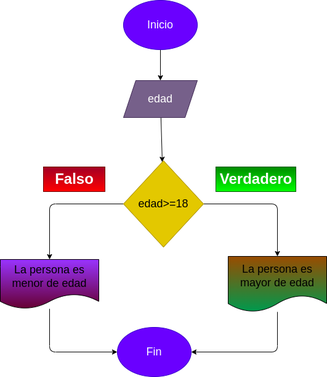
Above: ejercicio5_masasalud/diagrama.png in juanomanino/EjerciciosIftemporal (draw.io), before the change. Source tidied: cells renumbered, new cells last; positions are measured from the earlier drawing's top-left corner, leaving out a move shared by most shapes.
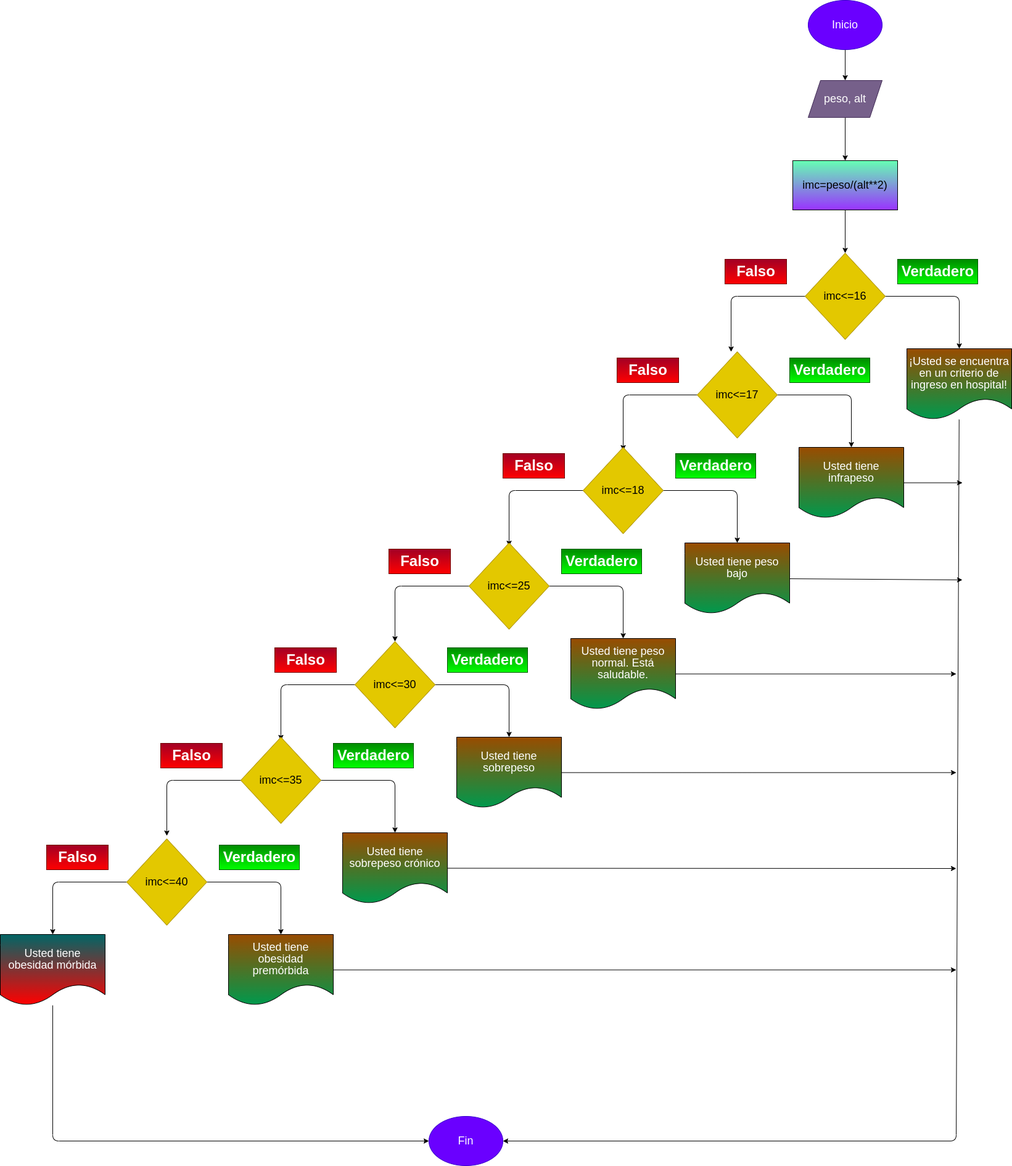
Later version of the same file.

Diff of the diagram source:
```diff
@@ -8,57 +8,255 @@
     <mxCell id="3" value="&lt;font style=&quot;font-size: 18px&quot;&gt;Inicio&lt;/font&gt;" style="ellipse;whiteSpace=wrap;html=1;fillColor=#6a00ff;fontColor=#ffffff;strokeColor=#3700CC;" parent="1" vertex="1">
       <mxGeometry x="200" width="120" height="80" as="geometry" />
     </mxCell>
-    <mxCell id="4" style="edgeStyle=none;html=1;fontSize=18;" parent="1" edge="1" source="5" target="8">
+    <mxCell id="4" style="edgeStyle=none;html=1;fontSize=18;entryX=0.5;entryY=0;entryDx=0;entryDy=0;" parent="1" edge="1" source="5" target="17">
       <mxGeometry relative="1" as="geometry" />
     </mxCell>
-    <mxCell id="5" value="&lt;font style=&quot;font-size: 18px&quot;&gt;edad&lt;/font&gt;" style="shape=parallelogram;perimeter=parallelogramPerimeter;whiteSpace=wrap;html=1;fixedSize=1;fillColor=#76608a;fontColor=#ffffff;strokeColor=#432D57;" parent="1" vertex="1">
+    <mxCell id="5" value="&lt;span style=&quot;font-size: 18px&quot;&gt;peso, alt&lt;/span&gt;" style="shape=parallelogram;perimeter=parallelogramPerimeter;whiteSpace=wrap;html=1;fixedSize=1;fillColor=#76608a;fontColor=#ffffff;strokeColor=#432D57;" parent="1" vertex="1">
       <mxGeometry x="200" y="130" width="120" height="60" as="geometry" />
     </mxCell>
     <mxCell id="6" style="edgeStyle=none;html=1;entryX=0.5;entryY=0;entryDx=0;entryDy=0;fontSize=18;" parent="1" edge="1" source="8" target="12">
       <mxGeometry relative="1" as="geometry">
         <Array as="points">
-          <mxPoint x="450" y="330" />
+          <mxPoint x="445" y="480" />
         </Array>
       </mxGeometry>
     </mxCell>
-    <mxCell id="7" style="edgeStyle=none;html=1;exitX=0;exitY=0.5;exitDx=0;exitDy=0;entryX=0.5;entryY=0;entryDx=0;entryDy=0;fontSize=18;" parent="1" edge="1" source="8" target="10">
+    <mxCell id="7" style="edgeStyle=none;html=1;exitX=0;exitY=0.5;exitDx=0;exitDy=0;entryX=0.5;entryY=0;entryDx=0;entryDy=0;fontSize=18;" parent="1" edge="1" source="8">
       <mxGeometry relative="1" as="geometry">
+        <mxPoint x="75" y="570" as="targetPoint" />
         <Array as="points">
-          <mxPoint x="80" y="330" />
+          <mxPoint x="75" y="480" />
         </Array>
       </mxGeometry>
     </mxCell>
-    <mxCell id="8" value="edad&amp;gt;=18" style="rhombus;whiteSpace=wrap;html=1;fontSize=18;fillColor=#e3c800;fontColor=#000000;strokeColor=#B09500;" parent="1" vertex="1">
-      <mxGeometry x="200" y="260" width="130" height="140" as="geometry" />
+    <mxCell id="8" value="imc&amp;lt;=16" style="rhombus;whiteSpace=wrap;html=1;fontSize=18;fillColor=#e3c800;fontColor=#000000;strokeColor=#B09500;" parent="1" vertex="1">
+      <mxGeometry x="195" y="410" width="130" height="140" as="geometry" />
     </mxCell>
-    <mxCell id="9" style="edgeStyle=none;html=1;entryX=0;entryY=0.5;entryDx=0;entryDy=0;fontSize=18;" parent="1" edge="1" source="10" target="15">
-      <mxGeometry relative="1" as="geometry">
-        <Array as="points">
-          <mxPoint x="80" y="570" />
-        </Array>
-      </mxGeometry>
-    </mxCell>
-    <mxCell id="10" value="La persona es menor de edad" style="shape=document;whiteSpace=wrap;html=1;boundedLbl=1;fontSize=18;fillColor=#9933FF;gradientColor=#660033;" parent="1" vertex="1">
-      <mxGeometry y="420" width="160" height="80" as="geometry" />
-    </mxCell>
     <mxCell id="11" style="edgeStyle=none;html=1;entryX=1;entryY=0.5;entryDx=0;entryDy=0;fontSize=18;" parent="1" edge="1" source="12" target="15">
       <mxGeometry relative="1" as="geometry">
         <Array as="points">
-          <mxPoint x="450" y="570" />
+          <mxPoint x="440" y="1850" />
         </Array>
       </mxGeometry>
     </mxCell>
-    <mxCell id="12" value="La persona es mayor de edad" style="shape=document;whiteSpace=wrap;html=1;boundedLbl=1;fontSize=18;gradientColor=#00994D;fillColor=#994C00;" parent="1" vertex="1">
-      <mxGeometry x="370" y="415" width="160" height="90" as="geometry" />
+    <mxCell id="12" value="&lt;div style=&quot;line-height: 19px&quot;&gt;&lt;font style=&quot;font-size: 18px&quot; color=&quot;#ffffff&quot;&gt;¡Usted se encuentra en un criterio de ingreso en hospital!&lt;/font&gt;&lt;/div&gt;" style="shape=document;whiteSpace=wrap;html=1;boundedLbl=1;fontSize=18;gradientColor=#00994D;fillColor=#994C00;" parent="1" vertex="1">
+      <mxGeometry x="360" y="565" width="170" height="115" as="geometry" />
     </mxCell>
     <mxCell id="13" value="Falso" style="text;strokeColor=#6F0000;fillColor=#a20025;html=1;fontSize=24;fontStyle=1;verticalAlign=middle;align=center;fontColor=#ffffff;gradientColor=#FF0000;" parent="1" vertex="1">
-      <mxGeometry x="70" y="270" width="100" height="40" as="geometry" />
+      <mxGeometry x="65" y="420" width="100" height="40" as="geometry" />
     </mxCell>
     <mxCell id="14" value="Verdadero" style="text;strokeColor=#005700;fillColor=#008a00;html=1;fontSize=24;fontStyle=1;verticalAlign=middle;align=center;fontColor=#ffffff;gradientColor=#00FF00;" parent="1" vertex="1">
-      <mxGeometry x="350" y="270" width="130" height="40" as="geometry" />
+      <mxGeometry x="345" y="420" width="130" height="40" as="geometry" />
     </mxCell>
     <mxCell id="15" value="Fin" style="ellipse;whiteSpace=wrap;html=1;fontSize=18;fillColor=#6a00ff;fontColor=#ffffff;strokeColor=#3700CC;" parent="1" vertex="1">
-      <mxGeometry x="190" y="530" width="120" height="80" as="geometry" />
+      <mxGeometry x="-415" y="1810" width="120" height="80" as="geometry" />
     </mxCell>
+    <mxCell id="16" style="edgeStyle=none;html=1;entryX=0.5;entryY=0;entryDx=0;entryDy=0;" parent="1" edge="1" source="17" target="8">
+      <mxGeometry relative="1" as="geometry" />
+    </mxCell>
+    <mxCell id="17" value="&lt;font style=&quot;font-size: 18px&quot;&gt;imc=peso/(alt**2)&lt;/font&gt;" style="rounded=0;whiteSpace=wrap;html=1;gradientColor=#9933FF;fillColor=#66FFB3;" parent="1" vertex="1">
+      <mxGeometry x="175" y="260" width="170" height="80" as="geometry" />
+    </mxCell>
+    <mxCell id="18" style="edgeStyle=none;html=1;entryX=0.5;entryY=0;entryDx=0;entryDy=0;fontSize=18;" parent="1" edge="1" source="20" target="22">
+      <mxGeometry relative="1" as="geometry">
+        <Array as="points">
+          <mxPoint x="270" y="640" />
+        </Array>
+      </mxGeometry>
+    </mxCell>
+    <mxCell id="19" style="edgeStyle=none;html=1;exitX=0;exitY=0.5;exitDx=0;exitDy=0;entryX=0.5;entryY=0;entryDx=0;entryDy=0;fontSize=18;" parent="1" edge="1" source="20">
+      <mxGeometry relative="1" as="geometry">
+        <mxPoint x="-100" y="730" as="targetPoint" />
+        <Array as="points">
+          <mxPoint x="-100" y="640" />
+        </Array>
+      </mxGeometry>
+    </mxCell>
+    <mxCell id="20" value="imc&amp;lt;=17" style="rhombus;whiteSpace=wrap;html=1;fontSize=18;fillColor=#e3c800;fontColor=#000000;strokeColor=#B09500;" parent="1" vertex="1">
+      <mxGeometry x="20" y="570" width="130" height="140" as="geometry" />
+    </mxCell>
+    <mxCell id="21" style="edgeStyle=none;html=1;fontFamily=Helvetica;fontSize=18;fontColor=#FFFFFF;" parent="1" edge="1" source="22">
+      <mxGeometry relative="1" as="geometry">
+        <mxPoint x="450" y="782.5" as="targetPoint" />
+      </mxGeometry>
+    </mxCell>
+    <mxCell id="22" value="&lt;div style=&quot;line-height: 19px&quot;&gt;&lt;font style=&quot;font-size: 18px&quot; color=&quot;#ffffff&quot;&gt;Usted tiene infrapeso&lt;/font&gt;&lt;/div&gt;" style="shape=document;whiteSpace=wrap;html=1;boundedLbl=1;fontSize=18;gradientColor=#00994D;fillColor=#994C00;" parent="1" vertex="1">
+      <mxGeometry x="185" y="725" width="170" height="115" as="geometry" />
+    </mxCell>
+    <mxCell id="23" value="Falso" style="text;strokeColor=#6F0000;fillColor=#a20025;html=1;fontSize=24;fontStyle=1;verticalAlign=middle;align=center;fontColor=#ffffff;gradientColor=#FF0000;" parent="1" vertex="1">
+      <mxGeometry x="-110" y="580" width="100" height="40" as="geometry" />
+    </mxCell>
+    <mxCell id="24" value="Verdadero" style="text;strokeColor=#005700;fillColor=#008a00;html=1;fontSize=24;fontStyle=1;verticalAlign=middle;align=center;fontColor=#ffffff;gradientColor=#00FF00;" parent="1" vertex="1">
+      <mxGeometry x="170" y="580" width="130" height="40" as="geometry" />
+    </mxCell>
+    <mxCell id="25" style="edgeStyle=none;html=1;entryX=0.5;entryY=0;entryDx=0;entryDy=0;fontSize=18;" parent="1" edge="1" source="27" target="29">
+      <mxGeometry relative="1" as="geometry">
+        <Array as="points">
+          <mxPoint x="85" y="795" />
+        </Array>
+      </mxGeometry>
+    </mxCell>
+    <mxCell id="26" style="edgeStyle=none;html=1;exitX=0;exitY=0.5;exitDx=0;exitDy=0;entryX=0.5;entryY=0;entryDx=0;entryDy=0;fontSize=18;" parent="1" edge="1" source="27">
+      <mxGeometry relative="1" as="geometry">
+        <mxPoint x="-285" y="885" as="targetPoint" />
+        <Array as="points">
+          <mxPoint x="-285" y="795" />
+        </Array>
+      </mxGeometry>
+    </mxCell>
+    <mxCell id="27" value="imc&amp;lt;=18" style="rhombus;whiteSpace=wrap;html=1;fontSize=18;fillColor=#e3c800;fontColor=#000000;strokeColor=#B09500;" parent="1" vertex="1">
+      <mxGeometry x="-165" y="725" width="130" height="140" as="geometry" />
+    </mxCell>
+    <mxCell id="28" style="edgeStyle=none;html=1;fontFamily=Helvetica;fontSize=18;fontColor=#FFFFFF;" parent="1" edge="1" source="29">
+      <mxGeometry relative="1" as="geometry">
+        <mxPoint x="450" y="940" as="targetPoint" />
+      </mxGeometry>
+    </mxCell>
+    <mxCell id="29" value="&lt;div style=&quot;line-height: 19px&quot;&gt;&lt;span style=&quot;color: rgb(255 , 255 , 255)&quot;&gt;Usted tiene peso bajo&lt;/span&gt;&lt;br&gt;&lt;/div&gt;" style="shape=document;whiteSpace=wrap;html=1;boundedLbl=1;fontSize=18;gradientColor=#00994D;fillColor=#994C00;" parent="1" vertex="1">
+      <mxGeometry y="880" width="170" height="115" as="geometry" />
+    </mxCell>
+    <mxCell id="30" value="Falso" style="text;strokeColor=#6F0000;fillColor=#a20025;html=1;fontSize=24;fontStyle=1;verticalAlign=middle;align=center;fontColor=#ffffff;gradientColor=#FF0000;" parent="1" vertex="1">
+      <mxGeometry x="-295" y="735" width="100" height="40" as="geometry" />
+    </mxCell>
+    <mxCell id="31" value="Verdadero" style="text;strokeColor=#005700;fillColor=#008a00;html=1;fontSize=24;fontStyle=1;verticalAlign=middle;align=center;fontColor=#ffffff;gradientColor=#00FF00;" parent="1" vertex="1">
+      <mxGeometry x="-15" y="735" width="130" height="40" as="geometry" />
+    </mxCell>
+    <mxCell id="32" style="edgeStyle=none;html=1;entryX=0.5;entryY=0;entryDx=0;entryDy=0;fontSize=18;" parent="1" edge="1" source="34" target="36">
+      <mxGeometry relative="1" as="geometry">
+        <Array as="points">
+          <mxPoint x="-100" y="950" />
+        </Array>
+      </mxGeometry>
+    </mxCell>
+    <mxCell id="33" style="edgeStyle=none;html=1;exitX=0;exitY=0.5;exitDx=0;exitDy=0;entryX=0.5;entryY=0;entryDx=0;entryDy=0;fontSize=18;" parent="1" edge="1" source="34">
+      <mxGeometry relative="1" as="geometry">
+        <mxPoint x="-470" y="1040" as="targetPoint" />
+        <Array as="points">
+          <mxPoint x="-470" y="950" />
+        </Array>
+      </mxGeometry>
+    </mxCell>
+    <mxCell id="34" value="imc&amp;lt;=25" style="rhombus;whiteSpace=wrap;html=1;fontSize=18;fillColor=#e3c800;fontColor=#000000;strokeColor=#B09500;" parent="1" vertex="1">
+      <mxGeometry x="-350" y="880" width="130" height="140" as="geometry" />
+    </mxCell>
+    <mxCell id="35" style="edgeStyle=none;html=1;fontFamily=Helvetica;fontSize=18;fontColor=#FFFFFF;" parent="1" edge="1" source="36">
+      <mxGeometry relative="1" as="geometry">
+        <mxPoint x="440" y="1092.5" as="targetPoint" />
+      </mxGeometry>
+    </mxCell>
+    <mxCell id="36" value="&lt;div style=&quot;line-height: 19px&quot;&gt;&lt;span style=&quot;color: rgb(255 , 255 , 255)&quot;&gt;Usted tiene peso normal. Está saludable.&lt;/span&gt;&lt;br&gt;&lt;/div&gt;" style="shape=document;whiteSpace=wrap;html=1;boundedLbl=1;fontSize=18;gradientColor=#00994D;fillColor=#994C00;" parent="1" vertex="1">
+      <mxGeometry x="-185" y="1035" width="170" height="115" as="geometry" />
+    </mxCell>
+    <mxCell id="37" value="Falso" style="text;strokeColor=#6F0000;fillColor=#a20025;html=1;fontSize=24;fontStyle=1;verticalAlign=middle;align=center;fontColor=#ffffff;gradientColor=#FF0000;" parent="1" vertex="1">
+      <mxGeometry x="-480" y="890" width="100" height="40" as="geometry" />
+    </mxCell>
+    <mxCell id="38" value="Verdadero" style="text;strokeColor=#005700;fillColor=#008a00;html=1;fontSize=24;fontStyle=1;verticalAlign=middle;align=center;fontColor=#ffffff;gradientColor=#00FF00;" parent="1" vertex="1">
+      <mxGeometry x="-200" y="890" width="130" height="40" as="geometry" />
+    </mxCell>
+    <mxCell id="39" style="edgeStyle=none;html=1;entryX=0.5;entryY=0;entryDx=0;entryDy=0;fontSize=18;" parent="1" edge="1" source="41" target="43">
+      <mxGeometry relative="1" as="geometry">
+        <Array as="points">
+          <mxPoint x="-285" y="1110" />
+        </Array>
+      </mxGeometry>
+    </mxCell>
+    <mxCell id="40" style="edgeStyle=none;html=1;exitX=0;exitY=0.5;exitDx=0;exitDy=0;entryX=0.5;entryY=0;entryDx=0;entryDy=0;fontSize=18;" parent="1" edge="1" source="41">
+      <mxGeometry relative="1" as="geometry">
+        <mxPoint x="-655" y="1200" as="targetPoint" />
+        <Array as="points">
+          <mxPoint x="-655" y="1110" />
+        </Array>
+      </mxGeometry>
+    </mxCell>
+    <mxCell id="41" value="imc&amp;lt;=30" style="rhombus;whiteSpace=wrap;html=1;fontSize=18;fillColor=#e3c800;fontColor=#000000;strokeColor=#B09500;" parent="1" vertex="1">
+      <mxGeometry x="-535" y="1040" width="130" height="140" as="geometry" />
+    </mxCell>
+    <mxCell id="42" style="edgeStyle=none;html=1;fontFamily=Helvetica;fontSize=18;fontColor=#FFFFFF;" parent="1" edge="1" source="43">
+      <mxGeometry relative="1" as="geometry">
+        <mxPoint x="440" y="1252.5" as="targetPoint" />
+      </mxGeometry>
+    </mxCell>
+    <mxCell id="43" value="&lt;div style=&quot;line-height: 19px&quot;&gt;&lt;font style=&quot;font-size: 18px&quot; color=&quot;#ffffff&quot;&gt;Usted tiene sobrepeso&lt;/font&gt;&lt;/div&gt;" style="shape=document;whiteSpace=wrap;html=1;boundedLbl=1;fontSize=18;gradientColor=#00994D;fillColor=#994C00;" parent="1" vertex="1">
+      <mxGeometry x="-370" y="1195" width="170" height="115" as="geometry" />
+    </mxCell>
+    <mxCell id="44" value="Falso" style="text;strokeColor=#6F0000;fillColor=#a20025;html=1;fontSize=24;fontStyle=1;verticalAlign=middle;align=center;fontColor=#ffffff;gradientColor=#FF0000;" parent="1" vertex="1">
+      <mxGeometry x="-665" y="1050" width="100" height="40" as="geometry" />
+    </mxCell>
+    <mxCell id="45" value="Verdadero" style="text;strokeColor=#005700;fillColor=#008a00;html=1;fontSize=24;fontStyle=1;verticalAlign=middle;align=center;fontColor=#ffffff;gradientColor=#00FF00;" parent="1" vertex="1">
+      <mxGeometry x="-385" y="1050" width="130" height="40" as="geometry" />
+    </mxCell>
+    <mxCell id="46" style="edgeStyle=none;html=1;entryX=0.5;entryY=0;entryDx=0;entryDy=0;fontSize=18;" parent="1" edge="1" source="48" target="50">
+      <mxGeometry relative="1" as="geometry">
+        <Array as="points">
+          <mxPoint x="-470" y="1265" />
+        </Array>
+      </mxGeometry>
+    </mxCell>
+    <mxCell id="47" style="edgeStyle=none;html=1;exitX=0;exitY=0.5;exitDx=0;exitDy=0;entryX=0.5;entryY=0;entryDx=0;entryDy=0;fontSize=18;" parent="1" edge="1" source="48">
+      <mxGeometry relative="1" as="geometry">
+        <mxPoint x="-840" y="1355" as="targetPoint" />
+        <Array as="points">
+          <mxPoint x="-840" y="1265" />
+        </Array>
+      </mxGeometry>
+    </mxCell>
+    <mxCell id="48" value="imc&amp;lt;=35&lt;span style=&quot;color: rgba(0 , 0 , 0 , 0) ; font-family: monospace ; font-size: 0px&quot;&gt;%3CmxGraphModel%3E%3Croot%3E%3CmxCell%20id%3D%220%22%2F%3E%3CmxCell%20id%3D%221%22%20parent%3D%220%22%2F%3E%3CmxCell%20id%3D%222%22%20value%3D%22Denegado%22%20style%3D%22shape%3Ddocument%3BwhiteSpace%3Dwrap%3Bhtml%3D1%3BboundedLbl%3D1%3BfontSize%3D18%3BfillColor%3D%239933FF%3BgradientColor%3D%23660033%3B%22%20vertex%3D%221%22%20parent%3D%221%22%3E%3CmxGeometry%20x%3D%2250%22%20y%3D%22500%22%20width%3D%22160%22%20height%3D%2280%22%20as%3D%22geometry%22%2F%3E%3C%2FmxCell%3E%3C%2Froot%3E%3C%2FmxGraphModel%3E&lt;/span&gt;" style="rhombus;whiteSpace=wrap;html=1;fontSize=18;fillColor=#e3c800;fontColor=#000000;strokeColor=#B09500;" parent="1" vertex="1">
+      <mxGeometry x="-720" y="1195" width="130" height="140" as="geometry" />
+    </mxCell>
+    <mxCell id="49" style="edgeStyle=none;html=1;fontFamily=Helvetica;fontSize=18;fontColor=#FFFFFF;" parent="1" edge="1" source="50">
+      <mxGeometry relative="1" as="geometry">
+        <mxPoint x="440" y="1408" as="targetPoint" />
+      </mxGeometry>
+    </mxCell>
+    <mxCell id="50" value="&lt;div style=&quot;line-height: 19px&quot;&gt;&lt;font style=&quot;font-size: 18px&quot; color=&quot;#ffffff&quot;&gt;Usted tiene sobrepeso crónico&lt;/font&gt;&lt;/div&gt;" style="shape=document;whiteSpace=wrap;html=1;boundedLbl=1;fontSize=18;gradientColor=#00994D;fillColor=#994C00;" parent="1" vertex="1">
+      <mxGeometry x="-555" y="1350" width="170" height="115" as="geometry" />
+    </mxCell>
+    <mxCell id="51" value="Falso" style="text;strokeColor=#6F0000;fillColor=#a20025;html=1;fontSize=24;fontStyle=1;verticalAlign=middle;align=center;fontColor=#ffffff;gradientColor=#FF0000;" parent="1" vertex="1">
+      <mxGeometry x="-850" y="1205" width="100" height="40" as="geometry" />
+    </mxCell>
+    <mxCell id="52" value="Verdadero" style="text;strokeColor=#005700;fillColor=#008a00;html=1;fontSize=24;fontStyle=1;verticalAlign=middle;align=center;fontColor=#ffffff;gradientColor=#00FF00;" parent="1" vertex="1">
+      <mxGeometry x="-570" y="1205" width="130" height="40" as="geometry" />
+    </mxCell>
+    <mxCell id="53" style="edgeStyle=none;html=1;entryX=0.5;entryY=0;entryDx=0;entryDy=0;fontSize=18;" parent="1" edge="1" source="55" target="57">
+      <mxGeometry relative="1" as="geometry">
+        <Array as="points">
+          <mxPoint x="-655" y="1430" />
+        </Array>
+      </mxGeometry>
+    </mxCell>
+    <mxCell id="54" style="edgeStyle=none;html=1;exitX=0;exitY=0.5;exitDx=0;exitDy=0;entryX=0.5;entryY=0;entryDx=0;entryDy=0;fontSize=18;" parent="1" edge="1" source="55" target="61">
+      <mxGeometry relative="1" as="geometry">
+        <Array as="points">
+          <mxPoint x="-1025" y="1430" />
+        </Array>
+      </mxGeometry>
+    </mxCell>
+    <mxCell id="55" value="imc&amp;lt;=40" style="rhombus;whiteSpace=wrap;html=1;fontSize=18;fillColor=#e3c800;fontColor=#000000;strokeColor=#B09500;" parent="1" vertex="1">
+      <mxGeometry x="-905" y="1360" width="130" height="140" as="geometry" />
+    </mxCell>
+    <mxCell id="56" style="edgeStyle=none;html=1;fontFamily=Helvetica;fontSize=18;fontColor=#FFFFFF;" parent="1" edge="1" source="57">
+      <mxGeometry relative="1" as="geometry">
+        <mxPoint x="440" y="1572.5" as="targetPoint" />
+      </mxGeometry>
+    </mxCell>
+    <mxCell id="57" value="&lt;div style=&quot;line-height: 19px&quot;&gt;&lt;font style=&quot;font-size: 18px&quot; color=&quot;#ffffff&quot;&gt;Usted tiene obesidad premórbida&lt;/font&gt;&lt;/div&gt;" style="shape=document;whiteSpace=wrap;html=1;boundedLbl=1;fontSize=18;gradientColor=#00994D;fillColor=#994C00;" parent="1" vertex="1">
+      <mxGeometry x="-740" y="1515" width="170" height="115" as="geometry" />
+    </mxCell>
+    <mxCell id="58" value="Falso" style="text;strokeColor=#6F0000;fillColor=#a20025;html=1;fontSize=24;fontStyle=1;verticalAlign=middle;align=center;fontColor=#ffffff;gradientColor=#FF0000;" parent="1" vertex="1">
+      <mxGeometry x="-1035" y="1370" width="100" height="40" as="geometry" />
+    </mxCell>
+    <mxCell id="59" value="Verdadero" style="text;strokeColor=#005700;fillColor=#008a00;html=1;fontSize=24;fontStyle=1;verticalAlign=middle;align=center;fontColor=#ffffff;gradientColor=#00FF00;" parent="1" vertex="1">
+      <mxGeometry x="-755" y="1370" width="130" height="40" as="geometry" />
+    </mxCell>
+    <mxCell id="60" style="edgeStyle=none;html=1;entryX=0;entryY=0.5;entryDx=0;entryDy=0;fontFamily=Helvetica;fontSize=18;fontColor=#FFFFFF;" parent="1" edge="1" source="61" target="15">
+      <mxGeometry relative="1" as="geometry">
+        <Array as="points">
+          <mxPoint x="-1025" y="1850" />
+        </Array>
+      </mxGeometry>
+    </mxCell>
+    <mxCell id="61" value="&lt;div style=&quot;line-height: 19px&quot;&gt;&lt;span style=&quot;color: rgb(255 , 255 , 255)&quot;&gt;Usted tiene obesidad mórbida&lt;/span&gt;&lt;br&gt;&lt;/div&gt;" style="shape=document;whiteSpace=wrap;html=1;boundedLbl=1;fontSize=18;gradientColor=#FF0000;fillColor=#006666;" parent="1" vertex="1">
+      <mxGeometry x="-1110" y="1515" width="170" height="115" as="geometry" />
+    </mxCell>
   </root>
 </mxGraphModel>
```
